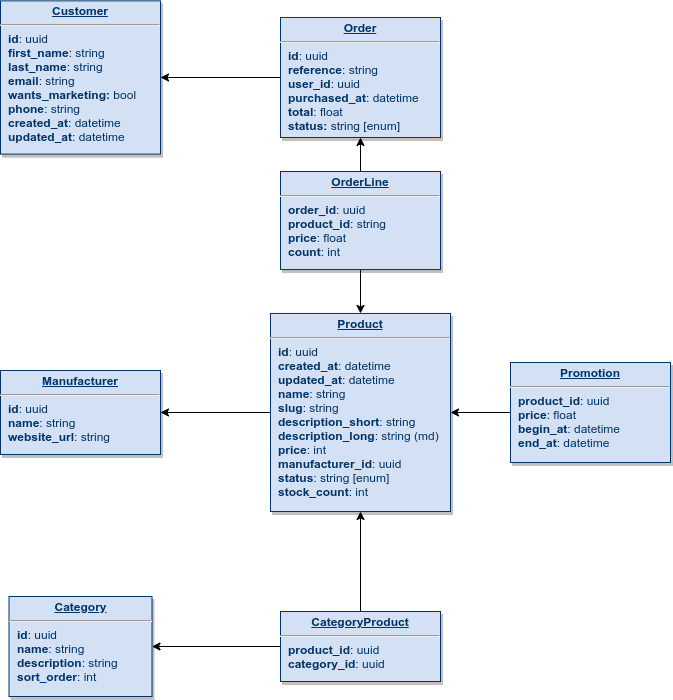
Before: database_model/db.png, a diagram exported from draw.io (JenswBE/bjoetiek-y-backend). Source tidied: cells renumbered, new cells last; positions are measured from the earlier drawing's top-left corner, leaving out a move shared by most shapes.
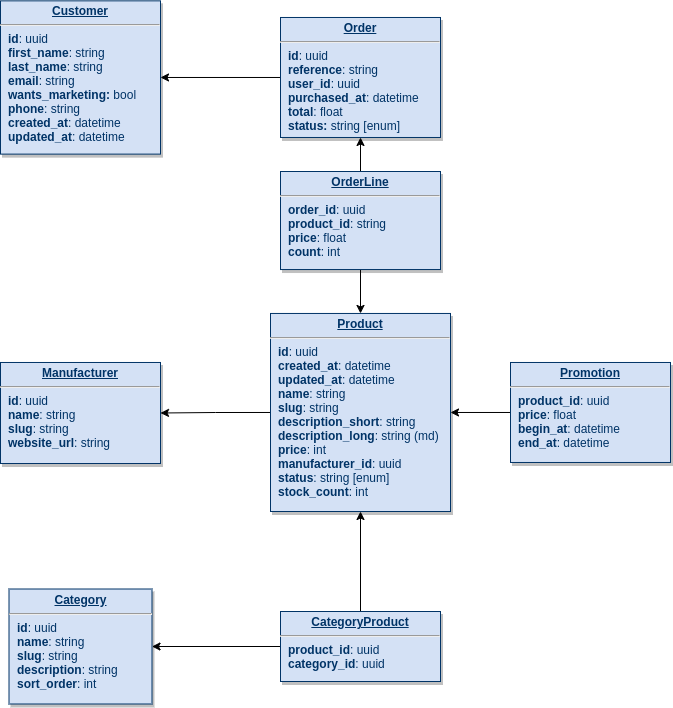
Later version of the same file.

What changed in the source:
```diff
@@ -11,8 +11,8 @@
     <mxCell id="4" value="&lt;p style=&quot;margin: 0px ; margin-top: 4px ; text-align: center ; text-decoration: underline&quot;&gt;&lt;strong&gt;Product&lt;/strong&gt;&lt;/p&gt;&lt;hr&gt;&lt;p style=&quot;margin: 0px ; margin-left: 8px&quot;&gt;&lt;b&gt;id&lt;/b&gt;: uuid&lt;/p&gt;&lt;p style=&quot;margin: 0px 0px 0px 8px&quot;&gt;&lt;b&gt;created_at&lt;/b&gt;: datetime&lt;/p&gt;&lt;p style=&quot;margin: 0px 0px 0px 8px&quot;&gt;&lt;b&gt;updated_at&lt;/b&gt;: datetime&lt;/p&gt;&lt;p style=&quot;margin: 0px ; margin-left: 8px&quot;&gt;&lt;b&gt;name&lt;/b&gt;: string&lt;/p&gt;&lt;p style=&quot;margin: 0px ; margin-left: 8px&quot;&gt;&lt;b&gt;slug&lt;/b&gt;: string&lt;/p&gt;&lt;p style=&quot;margin: 0px ; margin-left: 8px&quot;&gt;&lt;b&gt;description_short&lt;/b&gt;: string&lt;/p&gt;&lt;p style=&quot;margin: 0px ; margin-left: 8px&quot;&gt;&lt;b&gt;description_long&lt;/b&gt;: string (md)&lt;br&gt;&lt;/p&gt;&lt;p style=&quot;margin: 0px ; margin-left: 8px&quot;&gt;&lt;b&gt;price&lt;/b&gt;: int&lt;/p&gt;&lt;p style=&quot;margin: 0px ; margin-left: 8px&quot;&gt;&lt;b&gt;manufacturer_id&lt;/b&gt;: uuid&lt;/p&gt;&lt;p style=&quot;margin: 0px ; margin-left: 8px&quot;&gt;&lt;b&gt;status&lt;/b&gt;: string [enum]&lt;/p&gt;&lt;p style=&quot;margin: 0px ; margin-left: 8px&quot;&gt;&lt;b&gt;stock_count&lt;/b&gt;: int&lt;br&gt;&lt;/p&gt;" style="verticalAlign=top;align=left;overflow=fill;fontSize=12;fontFamily=Helvetica;html=1;strokeColor=#003366;shadow=1;fillColor=#D4E1F5;fontColor=#003366;" parent="1" vertex="1">
       <mxGeometry x="270" y="313" width="180" height="198" as="geometry" />
     </mxCell>
-    <mxCell id="5" value="&lt;p style=&quot;margin: 0px ; margin-top: 4px ; text-align: center ; text-decoration: underline&quot;&gt;&lt;strong&gt;Category&lt;/strong&gt;&lt;/p&gt;&lt;hr&gt;&lt;p style=&quot;margin: 0px ; margin-left: 8px&quot;&gt;&lt;b&gt;id&lt;/b&gt;: uuid&lt;/p&gt;&lt;p style=&quot;margin: 0px ; margin-left: 8px&quot;&gt;&lt;b&gt;name&lt;/b&gt;: string&lt;/p&gt;&lt;p style=&quot;margin: 0px ; margin-left: 8px&quot;&gt;&lt;b&gt;description&lt;/b&gt;: string&lt;/p&gt;&lt;p style=&quot;margin: 0px ; margin-left: 8px&quot;&gt;&lt;b&gt;sort_order&lt;/b&gt;&lt;span&gt;: int&lt;/span&gt;&lt;br&gt;&lt;/p&gt;" style="verticalAlign=top;align=left;overflow=fill;fontSize=12;fontFamily=Helvetica;html=1;strokeColor=#003366;shadow=1;fillColor=#D4E1F5;fontColor=#003366;" parent="1" vertex="1">
-      <mxGeometry x="8.5" y="596" width="143" height="100" as="geometry" />
+    <mxCell id="5" value="&lt;p style=&quot;margin: 0px ; margin-top: 4px ; text-align: center ; text-decoration: underline&quot;&gt;&lt;strong&gt;Category&lt;/strong&gt;&lt;/p&gt;&lt;hr&gt;&lt;p style=&quot;margin: 0px ; margin-left: 8px&quot;&gt;&lt;b&gt;id&lt;/b&gt;: uuid&lt;/p&gt;&lt;p style=&quot;margin: 0px ; margin-left: 8px&quot;&gt;&lt;b&gt;name&lt;/b&gt;: string&lt;/p&gt;&lt;p style=&quot;margin: 0px ; margin-left: 8px&quot;&gt;&lt;b&gt;slug&lt;/b&gt;: string&lt;/p&gt;&lt;p style=&quot;margin: 0px ; margin-left: 8px&quot;&gt;&lt;b&gt;description&lt;/b&gt;: string&lt;/p&gt;&lt;p style=&quot;margin: 0px ; margin-left: 8px&quot;&gt;&lt;b&gt;sort_order&lt;/b&gt;&lt;span&gt;: int&lt;/span&gt;&lt;br&gt;&lt;/p&gt;" style="verticalAlign=top;align=left;overflow=fill;fontSize=12;fontFamily=Helvetica;html=1;strokeColor=#003366;shadow=1;fillColor=#D4E1F5;fontColor=#003366;" parent="1" vertex="1">
+      <mxGeometry x="8.5" y="588.5" width="143" height="115" as="geometry" />
     </mxCell>
     <mxCell id="6" style="edgeStyle=orthogonalEdgeStyle;rounded=0;jettySize=auto;html=1;entryX=0.5;entryY=1;entryDx=0;entryDy=0;" parent="1" edge="1" source="8" target="4">
       <mxGeometry relative="1" as="geometry" />
@@ -23,8 +23,8 @@
     <mxCell id="8" value="&lt;p style=&quot;margin: 0px ; margin-top: 4px ; text-align: center ; text-decoration: underline&quot;&gt;&lt;strong&gt;CategoryProduct&lt;/strong&gt;&lt;/p&gt;&lt;hr&gt;&lt;p style=&quot;margin: 0px ; margin-left: 8px&quot;&gt;&lt;b&gt;product_id&lt;/b&gt;: uuid&lt;br&gt;&lt;/p&gt;&lt;p style=&quot;margin: 0px ; margin-left: 8px&quot;&gt;&lt;b&gt;category_id&lt;/b&gt;: uuid&lt;/p&gt;" style="verticalAlign=top;align=left;overflow=fill;fontSize=12;fontFamily=Helvetica;html=1;strokeColor=#003366;shadow=1;fillColor=#D4E1F5;fontColor=#003366;" parent="1" vertex="1">
       <mxGeometry x="280" y="611" width="160" height="70" as="geometry" />
     </mxCell>
-    <mxCell id="9" value="&lt;p style=&quot;margin: 0px ; margin-top: 4px ; text-align: center ; text-decoration: underline&quot;&gt;&lt;strong&gt;Manufacturer&lt;/strong&gt;&lt;/p&gt;&lt;hr&gt;&lt;p style=&quot;margin: 0px ; margin-left: 8px&quot;&gt;&lt;b&gt;id&lt;/b&gt;: uuid&lt;/p&gt;&lt;p style=&quot;margin: 0px ; margin-left: 8px&quot;&gt;&lt;b&gt;name&lt;/b&gt;: string&lt;/p&gt;&lt;p style=&quot;margin: 0px ; margin-left: 8px&quot;&gt;&lt;b&gt;website_url&lt;/b&gt;: string&lt;/p&gt;" style="verticalAlign=top;align=left;overflow=fill;fontSize=12;fontFamily=Helvetica;html=1;strokeColor=#003366;shadow=1;fillColor=#D4E1F5;fontColor=#003366;" parent="1" vertex="1">
-      <mxGeometry y="370" width="160" height="84" as="geometry" />
+    <mxCell id="9" value="&lt;p style=&quot;margin: 0px ; margin-top: 4px ; text-align: center ; text-decoration: underline&quot;&gt;&lt;strong&gt;Manufacturer&lt;/strong&gt;&lt;/p&gt;&lt;hr&gt;&lt;p style=&quot;margin: 0px ; margin-left: 8px&quot;&gt;&lt;b&gt;id&lt;/b&gt;: uuid&lt;/p&gt;&lt;p style=&quot;margin: 0px ; margin-left: 8px&quot;&gt;&lt;b&gt;name&lt;/b&gt;: string&lt;/p&gt;&lt;p style=&quot;margin: 0px ; margin-left: 8px&quot;&gt;&lt;b&gt;slug&lt;/b&gt;: string&lt;/p&gt;&lt;p style=&quot;margin: 0px ; margin-left: 8px&quot;&gt;&lt;b&gt;website_url&lt;/b&gt;: string&lt;/p&gt;" style="verticalAlign=top;align=left;overflow=fill;fontSize=12;fontFamily=Helvetica;html=1;strokeColor=#003366;shadow=1;fillColor=#D4E1F5;fontColor=#003366;" parent="1" vertex="1">
+      <mxGeometry y="362" width="160" height="101" as="geometry" />
     </mxCell>
     <mxCell id="10" style="edgeStyle=orthogonalEdgeStyle;rounded=0;jettySize=auto;html=1;entryX=1;entryY=0.5;entryDx=0;entryDy=0;" parent="1" edge="1" source="11" target="2">
       <mxGeometry relative="1" as="geometry" />
```
